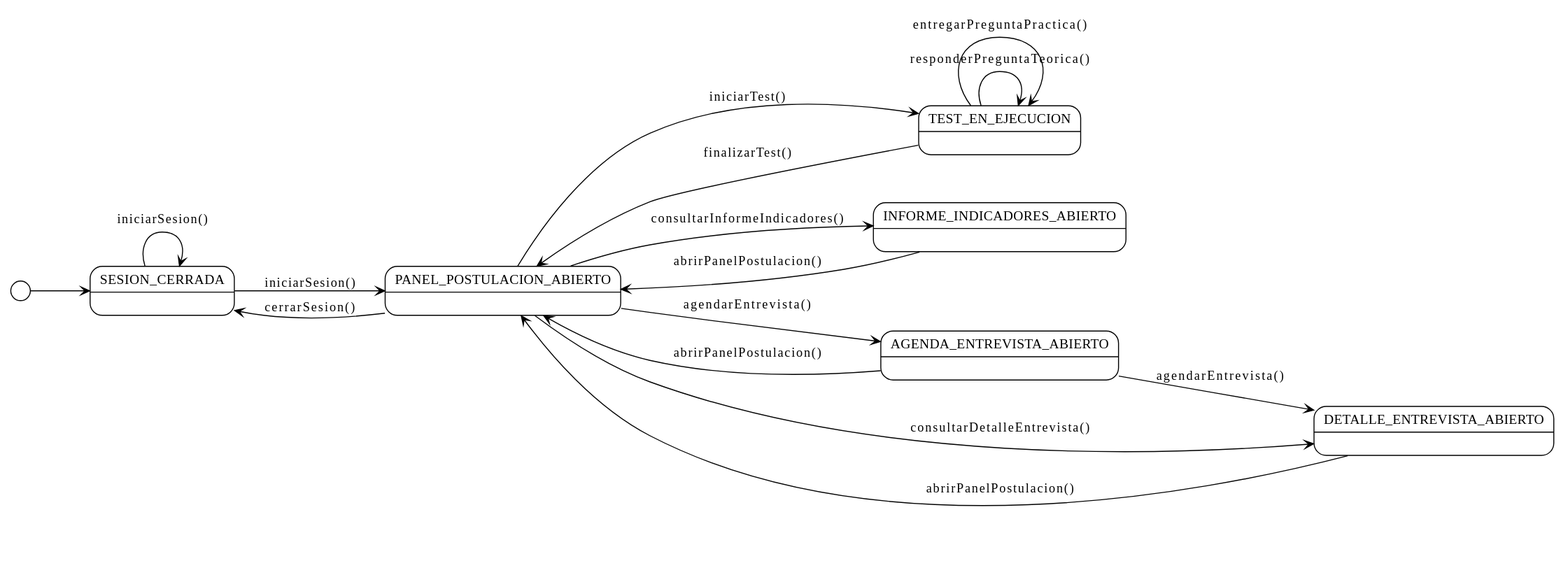
This is images/RUP/01-requisitos/01-actores-casos-uso/diagramaContextoCandidato.svg from TheMoys/CTS-Academy, a PlantUML export, as it was before one commit.
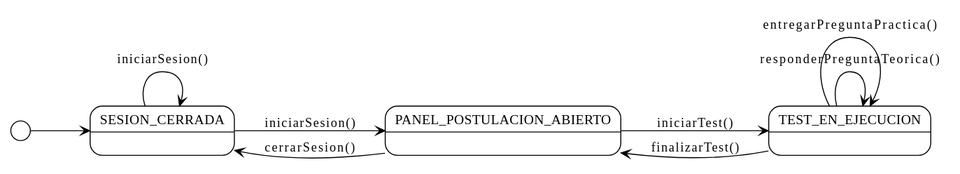
The same file after the commit.

The edit, as a diff of the source:
```diff
@@ -10,9 +10,6 @@
 state SESION_CERRADA
 state PANEL_POSTULACION_ABIERTO
 state TEST_EN_EJECUCION
-state INFORME_INDICADORES_ABIERTO
-state AGENDA_ENTREVISTA_ABIERTO
-state DETALLE_ENTREVISTA_ABIERTO
 
 [*] --> SESION_CERRADA
 
@@ -24,14 +21,4 @@
 TEST_EN_EJECUCION --> TEST_EN_EJECUCION : responderPreguntaTeorica()
 TEST_EN_EJECUCION --> TEST_EN_EJECUCION : entregarPreguntaPractica()
 TEST_EN_EJECUCION --> PANEL_POSTULACION_ABIERTO : finalizarTest()
-
-PANEL_POSTULACION_ABIERTO --> INFORME_INDICADORES_ABIERTO : consultarInformeIndicadores()
-INFORME_INDICADORES_ABIERTO --> PANEL_POSTULACION_ABIERTO : abrirPanelPostulacion()
-
-PANEL_POSTULACION_ABIERTO --> AGENDA_ENTREVISTA_ABIERTO : agendarEntrevista()
-AGENDA_ENTREVISTA_ABIERTO --> DETALLE_ENTREVISTA_ABIERTO : agendarEntrevista()
-AGENDA_ENTREVISTA_ABIERTO --> PANEL_POSTULACION_ABIERTO : abrirPanelPostulacion()
-
-PANEL_POSTULACION_ABIERTO --> DETALLE_ENTREVISTA_ABIERTO : consultarDetalleEntrevista()
-DETALLE_ENTREVISTA_ABIERTO --> PANEL_POSTULACION_ABIERTO : abrirPanelPostulacion()
 @enduml
```
